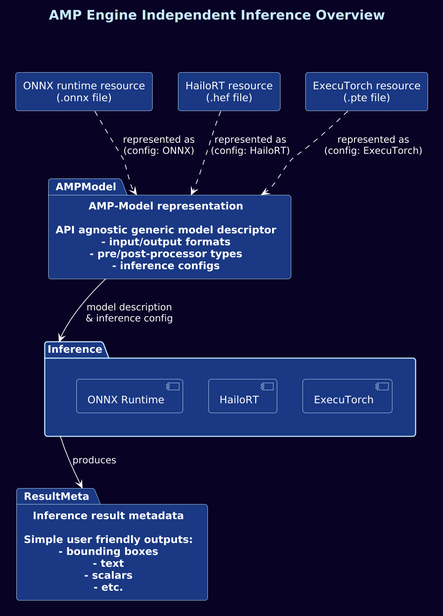
This is docs/corespec/resources/img/engine-independent.png from arm/open-perception-kit, a PlantUML export, as it was before one commit.
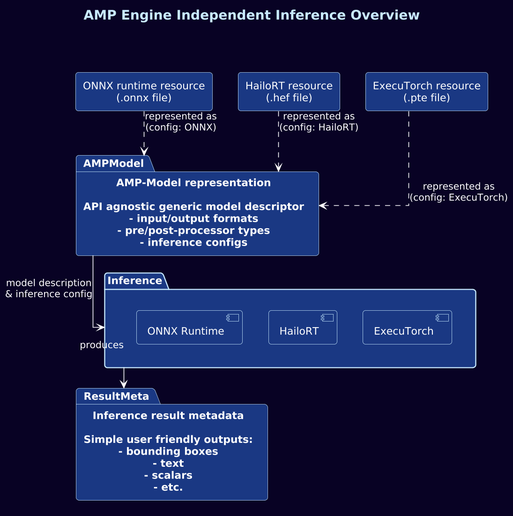
Later version of the same file.

Change to the diagram source:
```diff
@@ -35,7 +35,10 @@
     ResHef  -[dashed]-> AMPModel : represented as\n(config: HailoRT)
     ResPte  -[dashed]-> AMPModel : represented as\n(config: ExecuTorch)
 
+    AMPModel -down[hidden]-> Inference
     AMPModel -down-> Inference : model description\n& inference config
+
+    Inference -down[hidden]-> ResultMeta
     Inference -down-> ResultMeta : produces
 }
 @enduml
```
